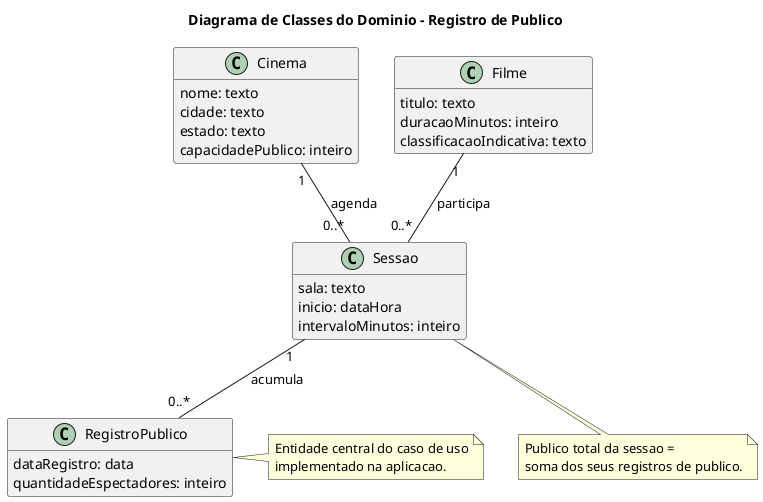
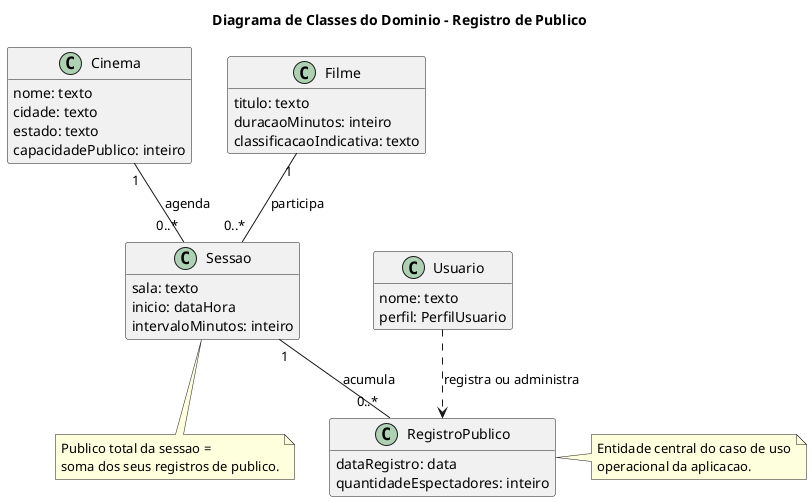
@startuml
title Diagrama de Classes do Dominio - Registro de Publico
skinparam classAttributeIconSize 0
hide methods

class Cinema {
  nome: texto
  cidade: texto
  estado: texto
  capacidadePublico: inteiro
}

class Filme {
  titulo: texto
  duracaoMinutos: inteiro
  classificacaoIndicativa: texto
}

class Sessao {
  sala: texto
  inicio: dataHora
  intervaloMinutos: inteiro
}

class RegistroPublico {
  dataRegistro: data
  quantidadeEspectadores: inteiro
}

+ class Usuario {
+   nome: texto
+   perfil: PerfilUsuario
+ }
+ 
Cinema "1" -- "0..*" Sessao : agenda
Filme "1" -- "0..*" Sessao : participa
Sessao "1" -- "0..*" RegistroPublico : acumula
+ Usuario ..> RegistroPublico : registra ou administra

note right of RegistroPublico
  Entidade central do caso de uso
-   implementado na aplicacao.
+   operacional da aplicacao.
end note

note bottom of Sessao
  Publico total da sessao =
  soma dos seus registros de publico.
end note
@enduml
